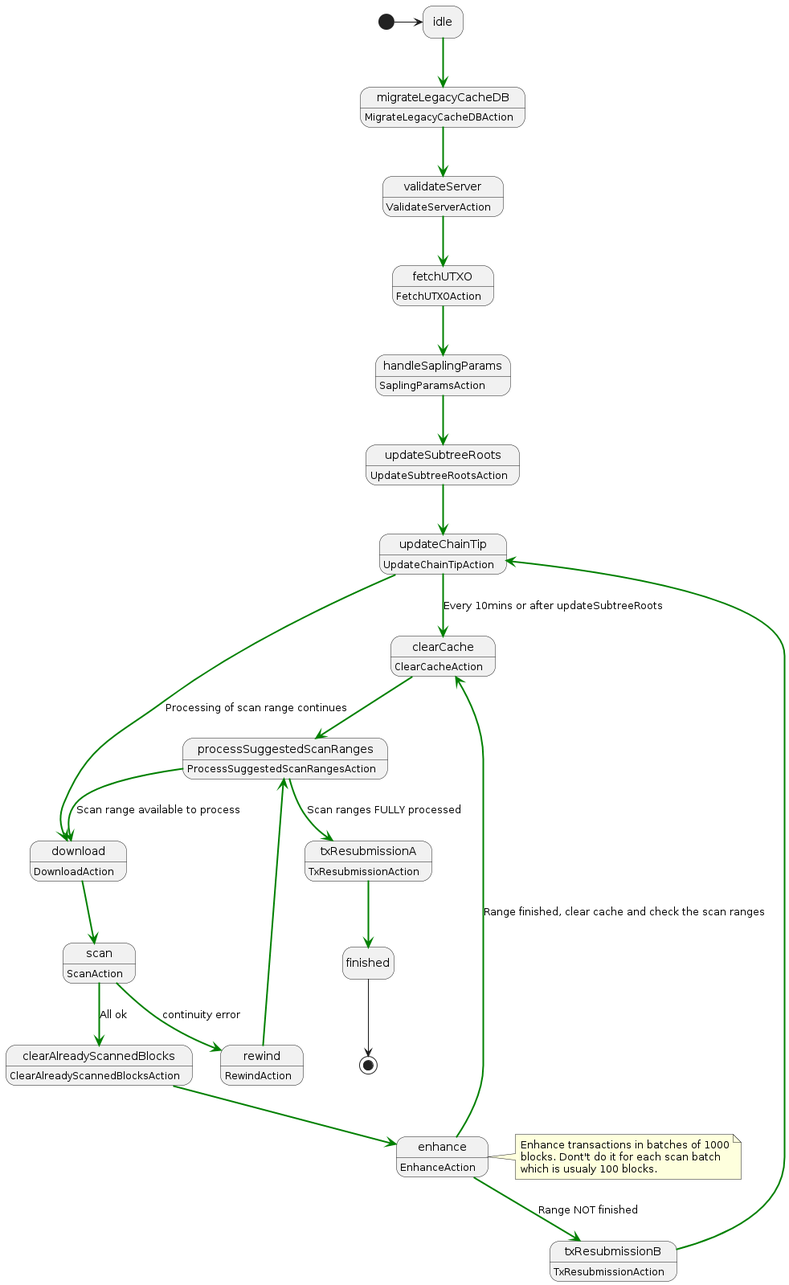
Earlier version of the PlantUML export docs/images/cbp_state_machine.png (Electric-Coin-Company/zcash-swift-wallet-sdk).
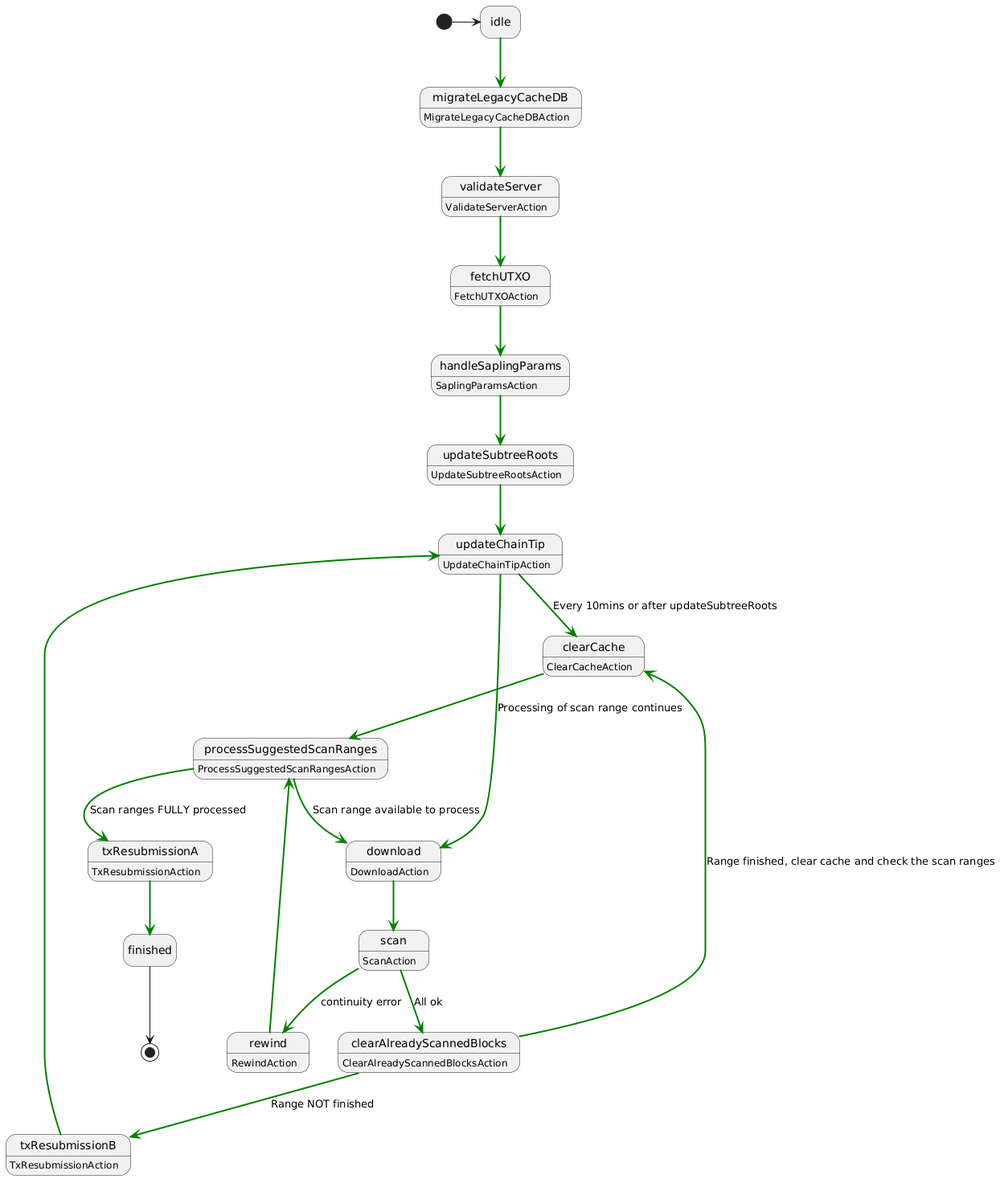
Later version of the same file.

Commit message:
[#1563] Updated doc + sync engine diagrams

The edit, as a diff of the source:
```diff
@@ -45,17 +45,8 @@
 rewind -[#green,bold]-> processSuggestedScanRanges
 
 clearAlreadyScannedBlocks : ClearAlreadyScannedBlocksAction
-clearAlreadyScannedBlocks -[#green,bold]-> enhance
-
-enhance : EnhanceAction
-enhance -[#green,bold]-> txResubmissionB : Range NOT finished
-enhance -[#green,bold]-> clearCache : Range finished, clear cache and check the scan ranges
-
-note right of enhance
-    Enhance transactions in batches of 1000
-    blocks. Dont't do it for each scan batch
-    which is usualy 100 blocks.
-end note
+clearAlreadyScannedBlocks -[#green,bold]-> txResubmissionB : Range NOT finished
+clearAlreadyScannedBlocks -[#green,bold]-> clearCache : Range finished, clear cache and check the scan ranges
 
 clearCache : ClearCacheAction
 clearCache -[#green,bold]-> processSuggestedScanRanges
```
